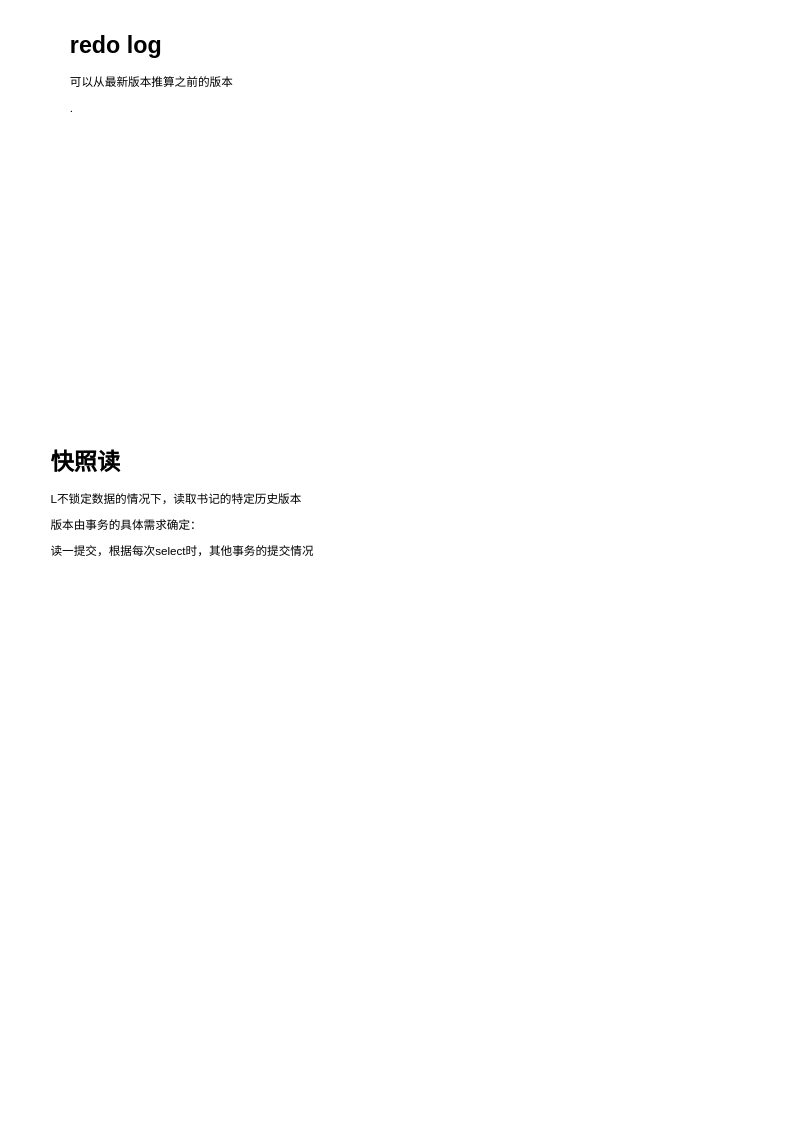
Earlier version of the draw.io diagram mysql mvcc.drawio (heihei180/temp_file). Source tidied: cells renumbered, new cells numbered last; positions are measured from the earlier drawing's top-left corner, leaving out a move shared by most shapes. Both pictures are drawn from the tidied source at 97%, with x=0, y=0 at pixel (46, 26).
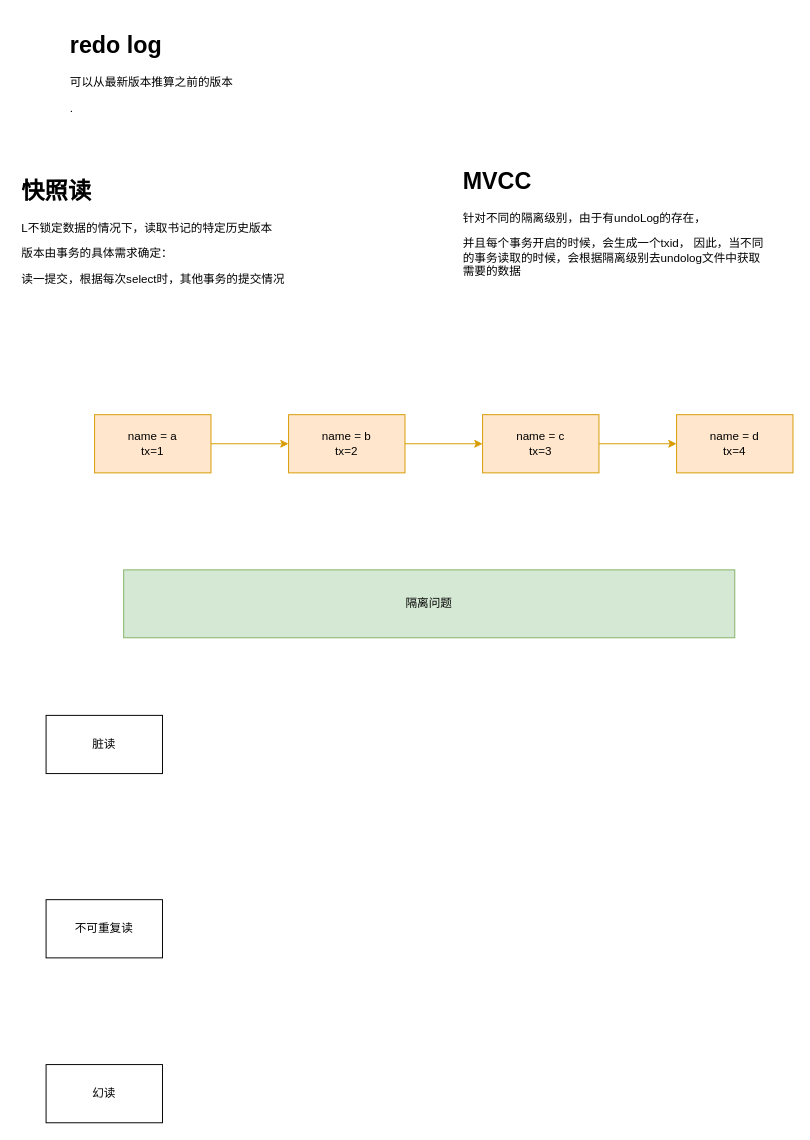
Above is the later version.

The edit, as a diff of the source:
```diff
@@
 <mxGraphModel>
   <root>
     <mxCell id="0" />
     <mxCell id="1" parent="0" />
     <mxCell id="2" value="&lt;h1&gt;redo log&lt;br&gt;&lt;/h1&gt;&lt;p&gt;可以从最新版本推算之前的版本&lt;/p&gt;&lt;p&gt;.&lt;/p&gt;" style="text;html=1;spacing=5;spacingTop=-20;whiteSpace=wrap;overflow=hidden;rounded=0;" parent="1" vertex="1">
       <mxGeometry x="20" width="190" height="120" as="geometry" />
     </mxCell>
     <mxCell id="3" value="&lt;h1&gt;快照读&lt;/h1&gt;&lt;p&gt;L不锁定数据的情况下，读取书记的特定历史版本&lt;/p&gt;&lt;p&gt;版本由事务的具体需求确定：&lt;/p&gt;&lt;p&gt;读一提交，根据每次select时，其他事务的提交情况&lt;br&gt;&lt;/p&gt;" style="text;html=1;spacing=5;spacingTop=-20;whiteSpace=wrap;overflow=hidden;rounded=0;" parent="1" vertex="1">
-      <mxGeometry y="430" width="350" height="180" as="geometry" />
+      <mxGeometry x="-30" y="150" width="350" height="180" as="geometry" />
     </mxCell>
+    <mxCell id="4" value="&lt;h1&gt;MVCC&lt;/h1&gt;&lt;p&gt;针对不同的隔离级别，由于有undoLog的存在，&lt;/p&gt;&lt;p&gt;并且每个事务开启的时候，会生成一个txid， 因此，当不同的事务读取的时候，会根据隔离级别去undolog文件中获取需要的数据&lt;br&gt;&lt;/p&gt;" style="text;html=1;spacing=5;spacingTop=-20;whiteSpace=wrap;overflow=hidden;rounded=0;" parent="1" vertex="1">
+      <mxGeometry x="425" y="140" width="325" height="160" as="geometry" />
+    </mxCell>
+    <mxCell id="5" style="edgeStyle=orthogonalEdgeStyle;rounded=0;jettySize=auto;html=1;fillColor=#ffe6cc;strokeColor=#d79b00;" parent="1" edge="1" source="6" target="8">
+      <mxGeometry relative="1" as="geometry" />
+    </mxCell>
+    <mxCell id="6" value="&lt;div&gt;name = a&lt;/div&gt;&lt;div&gt;tx=1&lt;br&gt;&lt;/div&gt;" style="rounded=0;whiteSpace=wrap;html=1;fillColor=#ffe6cc;strokeColor=#d79b00;" parent="1" vertex="1">
+      <mxGeometry x="50" y="400" width="120" height="60" as="geometry" />
+    </mxCell>
+    <mxCell id="7" style="edgeStyle=orthogonalEdgeStyle;rounded=0;jettySize=auto;html=1;fillColor=#ffe6cc;strokeColor=#d79b00;" parent="1" edge="1" source="8" target="10">
+      <mxGeometry relative="1" as="geometry" />
+    </mxCell>
+    <mxCell id="8" value="&lt;div&gt;name = b&lt;br&gt;&lt;/div&gt;&lt;div&gt;tx=2&lt;/div&gt;" style="rounded=0;whiteSpace=wrap;html=1;fillColor=#ffe6cc;strokeColor=#d79b00;" parent="1" vertex="1">
+      <mxGeometry x="250" y="400" width="120" height="60" as="geometry" />
+    </mxCell>
+    <mxCell id="9" style="edgeStyle=orthogonalEdgeStyle;rounded=0;jettySize=auto;html=1;fillColor=#ffe6cc;strokeColor=#d79b00;" parent="1" edge="1" source="10" target="11">
+      <mxGeometry relative="1" as="geometry" />
+    </mxCell>
+    <mxCell id="10" value="&lt;div&gt;name = c&lt;br&gt;&lt;/div&gt;&lt;div&gt;tx=3&lt;/div&gt;" style="rounded=0;whiteSpace=wrap;html=1;fillColor=#ffe6cc;strokeColor=#d79b00;" parent="1" vertex="1">
+      <mxGeometry x="450" y="400" width="120" height="60" as="geometry" />
+    </mxCell>
+    <mxCell id="11" value="&lt;div&gt;name = d&lt;br&gt;&lt;/div&gt;&lt;div&gt;tx=4&lt;/div&gt;" style="rounded=0;whiteSpace=wrap;html=1;fillColor=#ffe6cc;strokeColor=#d79b00;" parent="1" vertex="1">
+      <mxGeometry x="650" y="400" width="120" height="60" as="geometry" />
+    </mxCell>
+    <mxCell id="12" value="隔离问题" style="text;html=1;align=center;verticalAlign=middle;whiteSpace=wrap;rounded=0;fillColor=#d5e8d4;strokeColor=#82b366;" parent="1" vertex="1">
+      <mxGeometry x="80" y="560" width="630" height="70" as="geometry" />
+    </mxCell>
+    <mxCell id="13" value="脏读" style="rounded=0;whiteSpace=wrap;html=1;" parent="1" vertex="1">
+      <mxGeometry y="710" width="120" height="60" as="geometry" />
+    </mxCell>
+    <mxCell id="14" value="不可重复读" style="rounded=0;whiteSpace=wrap;html=1;" parent="1" vertex="1">
+      <mxGeometry y="900" width="120" height="60" as="geometry" />
+    </mxCell>
+    <mxCell id="15" value="幻读" style="rounded=0;whiteSpace=wrap;html=1;" parent="1" vertex="1">
+      <mxGeometry y="1070" width="120" height="60" as="geometry" />
+    </mxCell>
   </root>
 </mxGraphModel>
```
